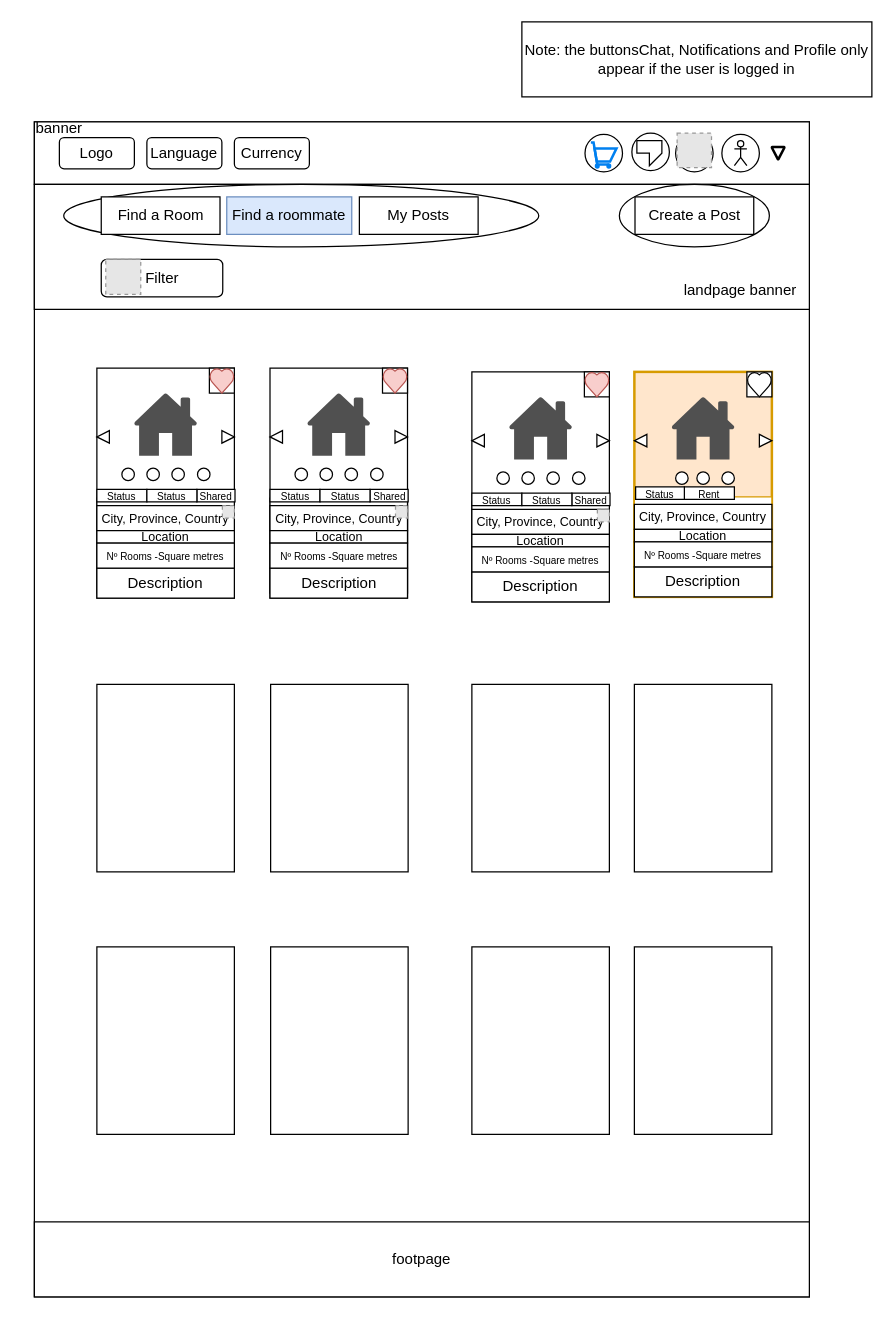
Above: CroquisWeb/DrawIO/Landpage (logged in).drawio in sofwarebakery/CroquisWeb (draw.io), before the change. Source tidied: cells renumbered, new cells numbered last; positions are measured from the earlier drawing's top-left corner, leaving out a move shared by most shapes. Both pictures are drawn from the tidied source at 125%, with x=0, y=0 at pixel (21, 21). Pictures stored in the file or linked from it are replaced by grey dashed boxes.
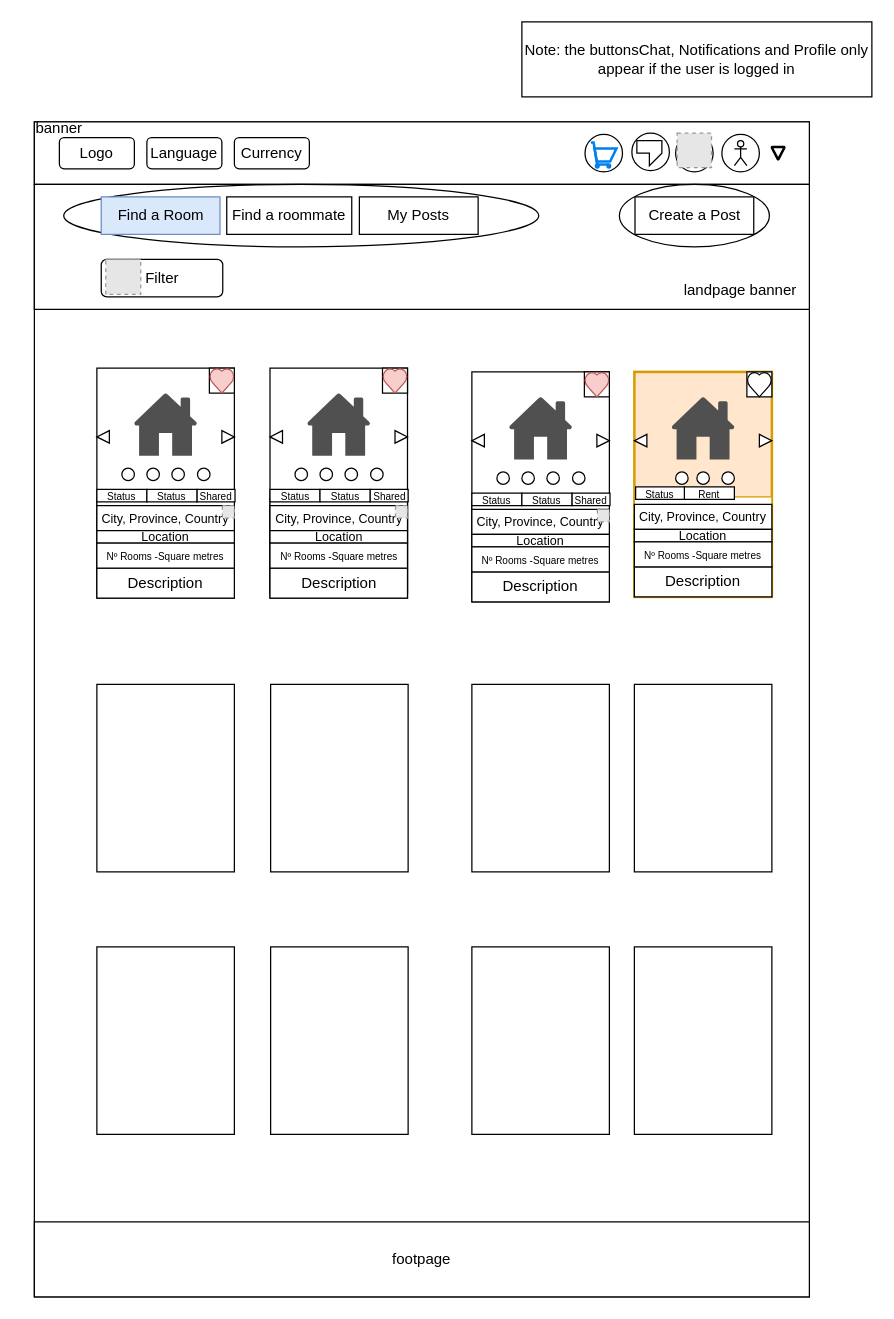
After the change.

What changed in the source:
```diff
@@
-    <mxCell id="102" value="Find a roommate" style="rounded=0;whiteSpace=wrap;html=1;fillColor=#dae8fc;strokeColor=#6c8ebf;" parent="1" vertex="1">
+    <mxCell id="102" value="Find a roommate" style="rounded=0;whiteSpace=wrap;html=1;" parent="1" vertex="1">
       <mxGeometry x="163.9" y="140" width="100" height="30" as="geometry" />
     </mxCell>
-    <mxCell id="103" value="Find a Room" style="rounded=0;whiteSpace=wrap;html=1;" parent="1" vertex="1">
+    <mxCell id="103" value="Find a Room" style="rounded=0;whiteSpace=wrap;html=1;fillColor=#dae8fc;strokeColor=#6c8ebf;" parent="1" vertex="1">
       <mxGeometry x="63.5" y="140" width="95" height="30" as="geometry" />
     </mxCell>
```
